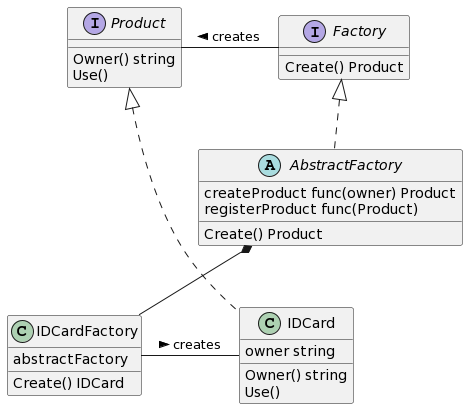
The PlantUML diagram factory_method/uml.png in SDTakeuchi/design-pattern, before a commit.
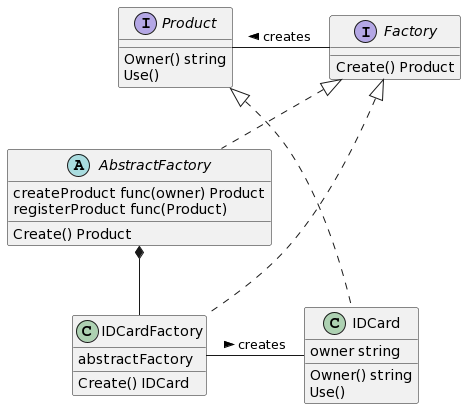
The same file after the commit.

The edit, as a diff of the source:
```diff
@@ -29,4 +29,5 @@
 
 AbstractFactory *-- IDCardFactory
 Factory <|.. AbstractFactory
+Factory <|.. IDCardFactory
 @enduml
```
